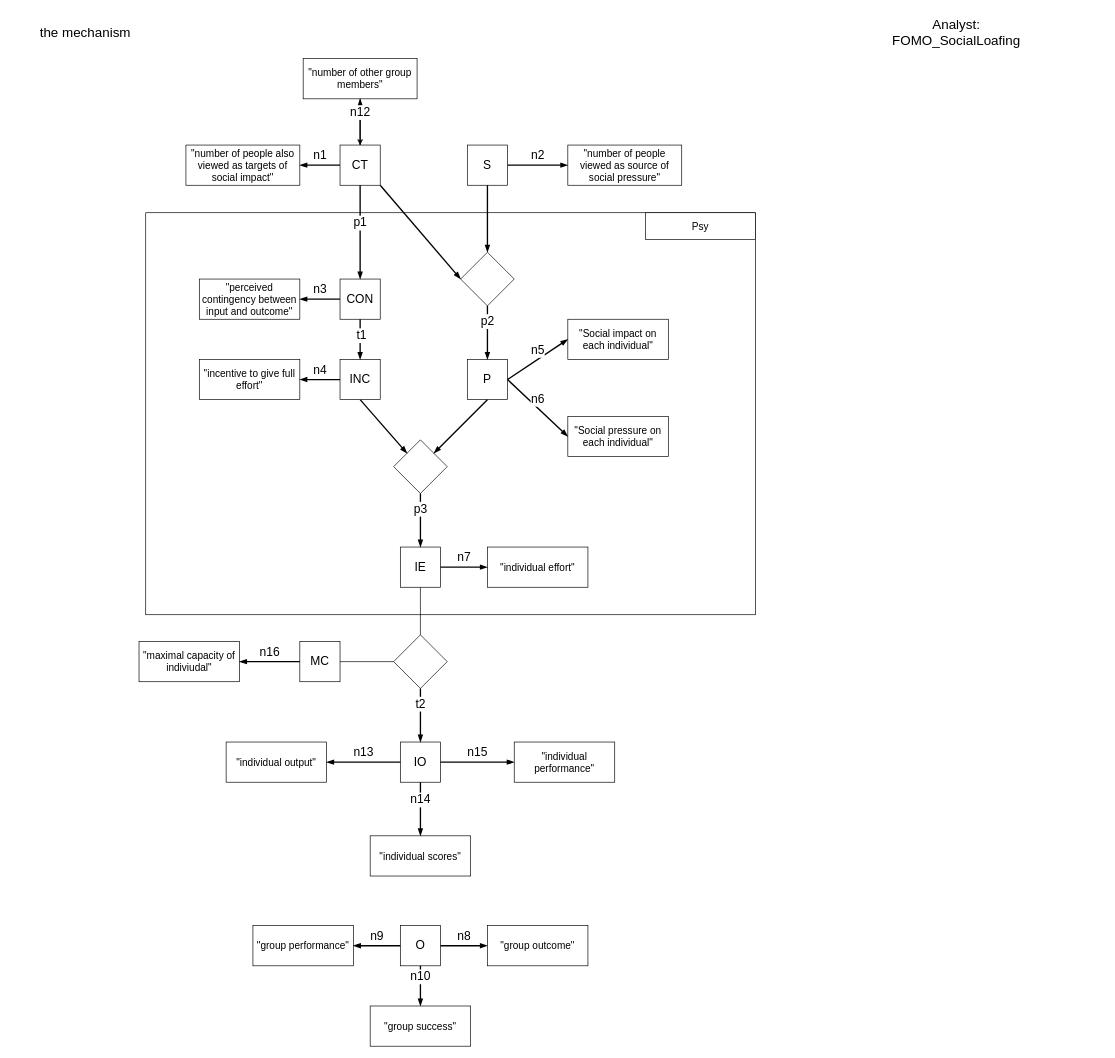
Before: doc/VAST_SocialLoafing_Mechanism.drawio in SamRiess/SocialLoafing_FINAL, a draw.io diagram. Source tidied: cells renumbered, new cells numbered last; positions are measured from the earlier drawing's top-left corner, leaving out a move shared by most shapes. Both pictures are drawn from the tidied source at 67%, with x=0, y=0 at pixel (11, 11).
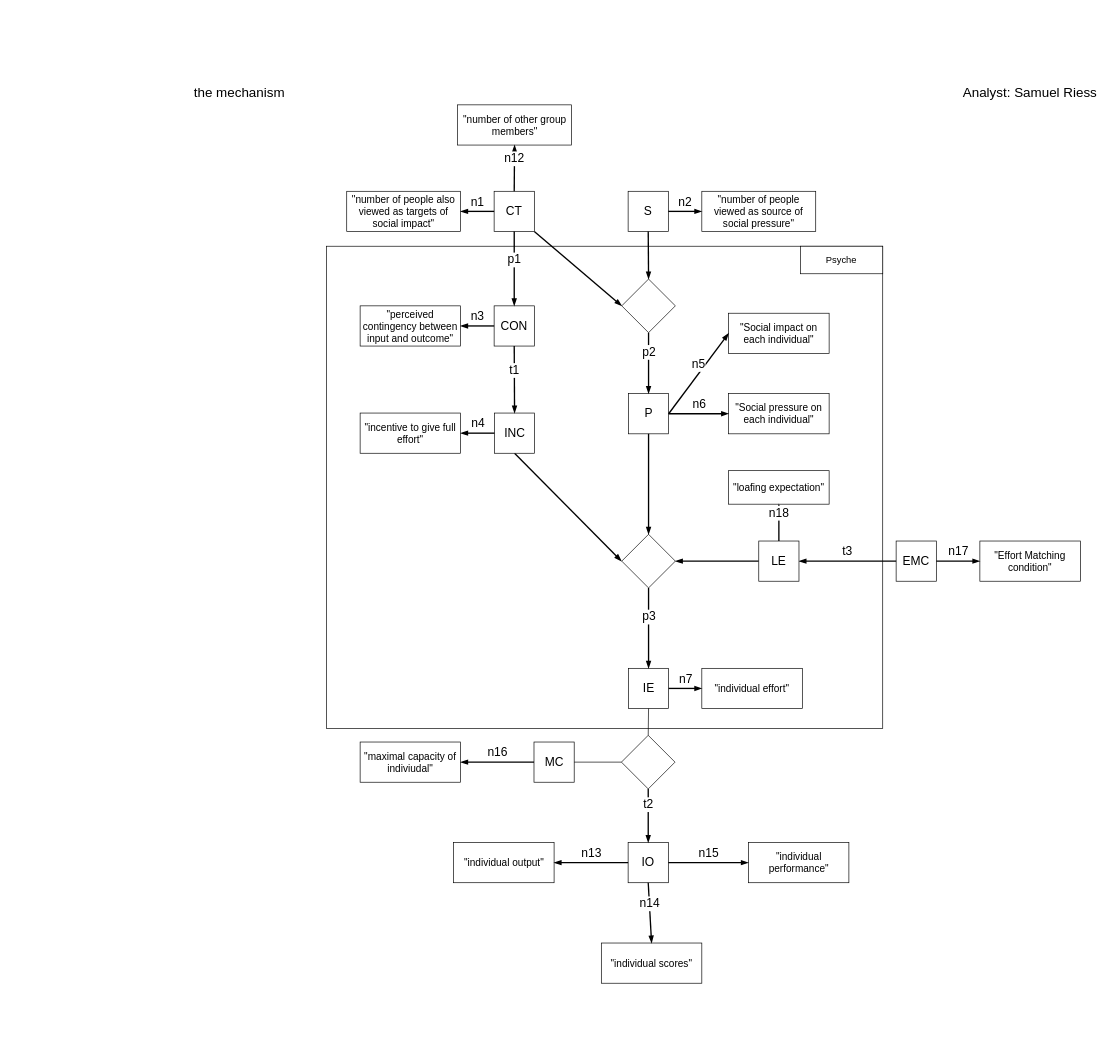
The same diagram, later.

Commit message (it also covers changes not shown here):
VAST optimized

the VAST is not ready to go - check on it later, but for now it should be finalized

What changed in the source:
```diff
@@
+    <mxCell id="38" value="Analyst: Samuel Riess" style="text;html=1;whiteSpace=wrap;strokeColor=none;fillColor=none;align=center;verticalAlign=middle;rounded=0;fontSize=20;" parent="1" vertex="1">
+      <mxGeometry x="1410" y="90" width="220" height="60" as="geometry" />
+    </mxCell>
     <mxCell id="2" value="&lt;font style=&quot;font-size: 18px;&quot;&gt;S&lt;/font&gt;" style="whiteSpace=wrap;html=1;fontColor=default;fillColor=default;strokeColor=default;" parent="1" vertex="1">
-      <mxGeometry x="680" y="199" width="60" height="60" as="geometry" />
+      <mxGeometry x="920" y="268" width="60" height="60" as="geometry" />
     </mxCell>
     <mxCell id="3" value="&lt;font style=&quot;font-size: 18px;&quot;&gt;CT&lt;/font&gt;" style="whiteSpace=wrap;html=1;fontColor=default;fillColor=default;strokeColor=default;" parent="1" vertex="1">
-      <mxGeometry x="490" y="199" width="60" height="60" as="geometry" />
+      <mxGeometry x="720" y="268" width="60" height="60" as="geometry" />
     </mxCell>
     <mxCell id="4" value="&quot;number of people also viewed as targets of social impact&quot;" style="rounded=0;whiteSpace=wrap;html=1;fillColor=default;fontColor=default;strokeColor=default;fontSize=15;" parent="1" vertex="1">
-      <mxGeometry x="260" y="199" width="170" height="60" as="geometry" />
+      <mxGeometry x="500" y="268" width="170" height="60" as="geometry" />
     </mxCell>
     <mxCell id="5" value="&quot;number of people viewed as source of social pressure&quot;" style="rounded=0;whiteSpace=wrap;html=1;fillColor=default;fontColor=default;strokeColor=default;fontSize=15;" parent="1" vertex="1">
-      <mxGeometry x="830" y="199" width="170" height="60" as="geometry" />
+      <mxGeometry x="1030" y="268" width="170" height="60" as="geometry" />
     </mxCell>
     <mxCell id="6" value="&lt;font style=&quot;font-size: 18px;&quot;&gt;P&lt;/font&gt;" style="whiteSpace=wrap;html=1;fontColor=default;fillColor=default;strokeColor=default;" parent="1" vertex="1">
-      <mxGeometry x="680" y="519" width="60" height="60" as="geometry" />
+      <mxGeometry x="920.5" y="570" width="60" height="60" as="geometry" />
     </mxCell>
     <mxCell id="7" value="&lt;font style=&quot;font-size: 18px;&quot;&gt;CON&lt;/font&gt;" style="whiteSpace=wrap;html=1;fontColor=default;fillColor=default;strokeColor=default;" parent="1" vertex="1">
-      <mxGeometry x="490" y="399" width="60" height="60" as="geometry" />
+      <mxGeometry x="720" y="439" width="60" height="60" as="geometry" />
     </mxCell>
     <mxCell id="8" value="&lt;font style=&quot;font-size: 18px;&quot;&gt;IE&lt;/font&gt;" style="whiteSpace=wrap;html=1;fontColor=default;fillColor=default;strokeColor=default;" parent="1" vertex="1">
-      <mxGeometry x="580" y="799" width="60" height="60" as="geometry" />
+      <mxGeometry x="920.5" y="980" width="60" height="60" as="geometry" />
     </mxCell>
-    <mxCell id="9" value="&lt;font style=&quot;font-size: 18px;&quot;&gt;O&lt;/font&gt;" style="whiteSpace=wrap;html=1;fontColor=default;fillColor=default;strokeColor=default;" parent="1" vertex="1">
-      <mxGeometry x="580" y="1364" width="60" height="60" as="geometry" />
-    </mxCell>
-    <mxCell id="10" style="endArrow=blockThin;html=1;rounded=0;labelPosition=center;verticalLabelPosition=top;align=center;verticalAlign=bottom;spacingBottom=3;strokeWidth=2;endFill=1;exitX=0.5;exitY=1;exitDx=0;exitDy=0;entryX=0.5;entryY=0;entryDx=0;entryDy=0;" parent="1" edge="1" source="2" target="25">
-      <mxGeometry relative="1" as="geometry" />
-    </mxCell>
+    <mxCell id="61" style="endArrow=blockThin;html=1;rounded=0;labelPosition=center;verticalLabelPosition=top;align=center;verticalAlign=bottom;spacingBottom=3;strokeWidth=2;endFill=1;exitX=0.5;exitY=1;exitDx=0;exitDy=0;entryX=0.5;entryY=0;entryDx=0;entryDy=0;" parent="1" edge="1" source="2" target="66">
+      <mxGeometry relative="1" as="geometry" />
+    </mxCell>
@@
     <mxCell id="14" value="&quot;perceived contingency between input and outcome&quot;" style="rounded=0;whiteSpace=wrap;html=1;fillColor=default;fontColor=default;strokeColor=default;fontSize=15;" parent="1" vertex="1">
-      <mxGeometry x="280" y="399" width="150" height="60" as="geometry" />
+      <mxGeometry x="520" y="439" width="150" height="60" as="geometry" />
     </mxCell>
@@
-    <mxCell id="16" value="&lt;font style=&quot;font-size: 18px;&quot;&gt;n8&lt;/font&gt;" style="endArrow=blockThin;html=1;rounded=0;labelPosition=center;verticalLabelPosition=top;align=center;verticalAlign=bottom;strokeWidth=2;endFill=1;exitX=1;exitY=0.5;exitDx=0;exitDy=0;entryX=0;entryY=0.5;entryDx=0;entryDy=0;" parent="1" edge="1" source="9" target="17">
-      <mxGeometry relative="1" as="geometry" />
-    </mxCell>
-    <mxCell id="17" value="&quot;group outcome&quot;" style="rounded=0;whiteSpace=wrap;html=1;fillColor=default;fontColor=default;strokeColor=default;fontSize=15;" parent="1" vertex="1">
-      <mxGeometry x="710" y="1364" width="150" height="60" as="geometry" />
-    </mxCell>
-    <mxCell id="18" style="rhombus;whiteSpace=wrap;html=1;strokeColor=default;fillColor=default;fontColor=default;" parent="1" vertex="1">
-      <mxGeometry x="570" y="639" width="80" height="80" as="geometry" />
-    </mxCell>
-    <mxCell id="19" style="endArrow=blockThin;html=1;rounded=0;strokeWidth=2;endFill=1;entryX=0;entryY=0;entryDx=0;entryDy=0;exitX=0.5;exitY=1;exitDx=0;exitDy=0;" parent="1" edge="1" source="22" target="18">
-      <mxGeometry relative="1" as="geometry" />
-    </mxCell>
-    <mxCell id="20" style="endArrow=blockThin;html=1;rounded=0;strokeWidth=2;endFill=1;exitX=0.5;exitY=1;exitDx=0;exitDy=0;entryX=1;entryY=0;entryDx=0;entryDy=0;" parent="1" edge="1" source="6" target="18">
-      <mxGeometry relative="1" as="geometry" />
-    </mxCell>
+    <mxCell id="62" style="rhombus;whiteSpace=wrap;html=1;strokeColor=default;fillColor=default;fontColor=default;" parent="1" vertex="1">
+      <mxGeometry x="910.5" y="780" width="80" height="80" as="geometry" />
+    </mxCell>
+    <mxCell id="63" style="endArrow=blockThin;html=1;rounded=0;strokeWidth=2;endFill=1;exitX=0.5;exitY=1;exitDx=0;exitDy=0;" parent="1" edge="1" source="22">
+      <mxGeometry relative="1" as="geometry">
+        <mxPoint x="910" y="820" as="targetPoint" />
+      </mxGeometry>
+    </mxCell>
+    <mxCell id="64" style="endArrow=blockThin;html=1;rounded=0;strokeWidth=2;endFill=1;exitX=0.5;exitY=1;exitDx=0;exitDy=0;entryX=0.5;entryY=0;entryDx=0;entryDy=0;" parent="1" edge="1" source="6" target="62">
+      <mxGeometry relative="1" as="geometry" />
+    </mxCell>
-    <mxCell id="21" value="&lt;font style=&quot;font-size: 18px;&quot;&gt;p3&lt;/font&gt;" style="endArrow=blockThin;html=1;rounded=0;labelPosition=center;verticalLabelPosition=top;align=center;verticalAlign=bottom;spacingBottom=3;strokeWidth=2;endFill=1;exitX=0.5;exitY=1;exitDx=0;exitDy=0;entryX=0.5;entryY=0;entryDx=0;entryDy=0;" parent="1" edge="1" source="18" target="8">
+    <mxCell id="21" value="&lt;font style=&quot;font-size: 18px;&quot;&gt;p3&lt;/font&gt;" style="endArrow=blockThin;html=1;rounded=0;labelPosition=center;verticalLabelPosition=top;align=center;verticalAlign=bottom;spacingBottom=3;strokeWidth=2;endFill=1;exitX=0.5;exitY=1;exitDx=0;exitDy=0;entryX=0.5;entryY=0;entryDx=0;entryDy=0;" parent="1" edge="1" source="62" target="8">
       <mxGeometry relative="1" as="geometry" />
     </mxCell>
     <mxCell id="22" value="&lt;font style=&quot;font-size: 18px;&quot;&gt;INC&lt;/font&gt;" style="whiteSpace=wrap;html=1;fontColor=default;fillColor=default;strokeColor=default;" parent="1" vertex="1">
-      <mxGeometry x="490" y="519" width="60" height="60" as="geometry" />
+      <mxGeometry x="720.5" y="599" width="60" height="60" as="geometry" />
     </mxCell>
-    <mxCell id="23" value="&lt;font style=&quot;font-size: 18px;&quot;&gt;t1&lt;/font&gt;" style="endArrow=blockThin;html=1;rounded=0;labelPosition=center;verticalLabelPosition=top;align=center;verticalAlign=bottom;spacingBottom=3;strokeWidth=2;endFill=1;exitX=0.5;exitY=1;exitDx=0;exitDy=0;entryX=0.5;entryY=0;entryDx=0;entryDy=0;" parent="1" edge="1" source="7" target="22">
-      <mxGeometry x="0.36" y="2" relative="1" as="geometry" />
-    </mxCell>
-    <mxCell id="24" style="endArrow=blockThin;html=1;rounded=0;labelPosition=center;verticalLabelPosition=top;align=center;verticalAlign=bottom;spacingBottom=3;strokeWidth=2;endFill=1;exitX=1;exitY=1;exitDx=0;exitDy=0;entryX=0;entryY=0.5;entryDx=0;entryDy=0;" parent="1" edge="1" source="3" target="25">
-      <mxGeometry relative="1" as="geometry" />
-    </mxCell>
-    <mxCell id="25" style="rhombus;whiteSpace=wrap;html=1;strokeColor=default;fillColor=default;fontColor=default;" parent="1" vertex="1">
-      <mxGeometry x="670" y="359" width="80" height="80" as="geometry" />
-    </mxCell>
+    <mxCell id="65" style="endArrow=blockThin;html=1;rounded=0;labelPosition=center;verticalLabelPosition=top;align=center;verticalAlign=bottom;spacingBottom=3;strokeWidth=2;endFill=1;exitX=1;exitY=1;exitDx=0;exitDy=0;entryX=0;entryY=0.5;entryDx=0;entryDy=0;" parent="1" edge="1" source="3" target="66">
+      <mxGeometry relative="1" as="geometry" />
+    </mxCell>
+    <mxCell id="66" style="rhombus;whiteSpace=wrap;html=1;strokeColor=default;fillColor=default;fontColor=default;" parent="1" vertex="1">
+      <mxGeometry x="910.5" y="399" width="80" height="80" as="geometry" />
+    </mxCell>
-    <mxCell id="26" value="&lt;font style=&quot;font-size: 18px;&quot;&gt;p2&lt;/font&gt;" style="endArrow=blockThin;html=1;rounded=0;labelPosition=center;verticalLabelPosition=top;align=center;verticalAlign=bottom;spacingBottom=3;strokeWidth=2;endFill=1;exitX=0.5;exitY=1;exitDx=0;exitDy=0;entryX=0.5;entryY=0;entryDx=0;entryDy=0;" parent="1" edge="1" source="25" target="6">
+    <mxCell id="26" value="&lt;font style=&quot;font-size: 18px;&quot;&gt;p2&lt;/font&gt;" style="endArrow=blockThin;html=1;rounded=0;labelPosition=center;verticalLabelPosition=top;align=center;verticalAlign=bottom;spacingBottom=3;strokeWidth=2;endFill=1;exitX=0.5;exitY=1;exitDx=0;exitDy=0;entryX=0.5;entryY=0;entryDx=0;entryDy=0;" parent="1" edge="1" source="66" target="6">
       <mxGeometry relative="1" as="geometry" />
     </mxCell>
     <mxCell id="27" value="&quot;Social impact on each individual&quot;" style="rounded=0;whiteSpace=wrap;html=1;fillColor=default;fontColor=default;strokeColor=default;fontSize=15;" parent="1" vertex="1">
-      <mxGeometry x="830" y="459" width="150" height="60" as="geometry" />
+      <mxGeometry x="1070" y="450" width="150" height="60" as="geometry" />
     </mxCell>
     <mxCell id="28" value="&quot;incentive to give full effort&quot;" style="rounded=0;whiteSpace=wrap;html=1;fillColor=default;fontColor=default;strokeColor=default;fontSize=15;" parent="1" vertex="1">
-      <mxGeometry x="280" y="519" width="150" height="60" as="geometry" />
+      <mxGeometry x="520" y="599" width="150" height="60" as="geometry" />
     </mxCell>
     <mxCell id="29" value="&quot;Social pressure on each individual&quot;" style="rounded=0;whiteSpace=wrap;html=1;fillColor=default;fontColor=default;strokeColor=default;fontSize=15;" parent="1" vertex="1">
-      <mxGeometry x="830" y="604" width="150" height="60" as="geometry" />
+      <mxGeometry x="1070" y="570" width="150" height="60" as="geometry" />
     </mxCell>
@@
     <mxCell id="33" value="&quot;individual effort&quot;" style="rounded=0;whiteSpace=wrap;html=1;fillColor=default;fontColor=default;strokeColor=default;fontSize=15;" parent="1" vertex="1">
-      <mxGeometry x="710" y="799" width="150" height="60" as="geometry" />
+      <mxGeometry x="1030" y="980" width="150" height="60" as="geometry" />
     </mxCell>
@@
-    <mxCell id="35" style="group;" parent="1" vertex="1">
-      <mxGeometry x="190" y="300" width="920" height="600" as="geometry" />
-    </mxCell>
-    <mxCell id="36" style="rounded=0;whiteSpace=wrap;html=1;fillColor=none;" parent="35" vertex="1">
-      <mxGeometry x="10" width="910" height="600" as="geometry" />
-    </mxCell>
-    <mxCell id="37" value="Psy" style="rounded=0;whiteSpace=wrap;html=1;fillColor=default;fontColor=default;strokeColor=default;fontSize=15;" parent="35" vertex="1">
-      <mxGeometry x="755.7" width="164.3" height="40" as="geometry" />
-    </mxCell>
-    <mxCell id="38" value="Analyst: FOMO_SocialLoafing" style="text;html=1;whiteSpace=wrap;strokeColor=none;fillColor=none;align=center;verticalAlign=middle;rounded=0;fontSize=20;" parent="1" vertex="1">
-      <mxGeometry x="1300" width="220" height="60" as="geometry" />
-    </mxCell>
-    <mxCell id="39" value="&quot;group performance&quot;" style="rounded=0;whiteSpace=wrap;html=1;fillColor=default;fontColor=default;strokeColor=default;fontSize=15;" parent="1" vertex="1">
-      <mxGeometry x="360" y="1364" width="150" height="60" as="geometry" />
-    </mxCell>
-    <mxCell id="40" value="&lt;font style=&quot;font-size: 18px;&quot;&gt;n9&lt;/font&gt;" style="endArrow=blockThin;html=1;rounded=0;labelPosition=center;verticalLabelPosition=top;align=center;verticalAlign=bottom;strokeWidth=2;endFill=1;exitX=0;exitY=0.5;exitDx=0;exitDy=0;entryX=1;entryY=0.5;entryDx=0;entryDy=0;" parent="1" edge="1" source="9" target="39">
-      <mxGeometry relative="1" as="geometry" />
-    </mxCell>
-    <mxCell id="41" value="&quot;group success&quot;" style="rounded=0;whiteSpace=wrap;html=1;fillColor=default;fontColor=default;strokeColor=default;fontSize=15;" parent="1" vertex="1">
-      <mxGeometry x="535" y="1484" width="150" height="60" as="geometry" />
-    </mxCell>
-    <mxCell id="42" value="&lt;font style=&quot;font-size: 18px;&quot;&gt;n10&lt;/font&gt;" style="endArrow=blockThin;html=1;rounded=0;labelPosition=center;verticalLabelPosition=top;align=center;verticalAlign=bottom;strokeWidth=2;endFill=1;exitX=0.5;exitY=1;exitDx=0;exitDy=0;entryX=0.5;entryY=0;entryDx=0;entryDy=0;" parent="1" edge="1" source="9" target="41">
-      <mxGeometry relative="1" as="geometry" />
-    </mxCell>
-    <mxCell id="43" style="edgeStyle=orthogonalEdgeStyle;rounded=0;jettySize=auto;html=1;" parent="1" edge="1" source="44" target="3">
-      <mxGeometry relative="1" as="geometry" />
-    </mxCell>
     <mxCell id="44" value="&quot;number of other group members&quot;" style="rounded=0;whiteSpace=wrap;html=1;fillColor=default;fontColor=default;strokeColor=default;fontSize=15;" parent="1" vertex="1">
-      <mxGeometry x="435" y="70" width="170" height="60" as="geometry" />
+      <mxGeometry x="665.5" y="139" width="170" height="60" as="geometry" />
     </mxCell>
@@
     <mxCell id="46" value="&lt;font style=&quot;font-size: 18px;&quot;&gt;IO&lt;/font&gt;" style="whiteSpace=wrap;html=1;fontColor=default;fillColor=default;strokeColor=default;" parent="1" vertex="1">
-      <mxGeometry x="580" y="1090" width="60" height="60" as="geometry" />
+      <mxGeometry x="920" y="1240" width="60" height="60" as="geometry" />
     </mxCell>
     <mxCell id="47" value="&lt;font style=&quot;font-size: 18px;&quot;&gt;MC&lt;/font&gt;" style="whiteSpace=wrap;html=1;fontColor=default;fillColor=default;strokeColor=default;" parent="1" vertex="1">
-      <mxGeometry x="430" y="940" width="60" height="60" as="geometry" />
+      <mxGeometry x="779.5" y="1090" width="60" height="60" as="geometry" />
     </mxCell>
-    <mxCell id="48" style="rhombus;whiteSpace=wrap;html=1;strokeColor=default;fillColor=default;fontColor=default;" parent="1" vertex="1">
-      <mxGeometry x="570" y="930" width="80" height="80" as="geometry" />
-    </mxCell>
-    <mxCell id="49" style="endArrow=none;html=1;rounded=0;entryX=0.5;entryY=1;entryDx=0;entryDy=0;exitX=0.5;exitY=0;exitDx=0;exitDy=0;" parent="1" edge="1" source="48" target="8">
-      <mxGeometry relative="1" as="geometry" />
-    </mxCell>
-    <mxCell id="50" style="endArrow=none;html=1;rounded=0;exitX=1;exitY=0.5;exitDx=0;exitDy=0;entryX=0;entryY=0.5;entryDx=0;entryDy=0;" parent="1" edge="1" source="47" target="48">
-      <mxGeometry relative="1" as="geometry" />
-    </mxCell>
+    <mxCell id="67" style="rhombus;whiteSpace=wrap;html=1;strokeColor=default;fillColor=default;fontColor=default;" parent="1" vertex="1">
+      <mxGeometry x="910" y="1080" width="80" height="80" as="geometry" />
+    </mxCell>
+    <mxCell id="68" style="endArrow=none;html=1;rounded=0;entryX=0.5;entryY=1;entryDx=0;entryDy=0;exitX=0.5;exitY=0;exitDx=0;exitDy=0;" parent="1" edge="1" source="67" target="8">
+      <mxGeometry relative="1" as="geometry" />
+    </mxCell>
+    <mxCell id="69" style="endArrow=none;html=1;rounded=0;exitX=1;exitY=0.5;exitDx=0;exitDy=0;entryX=0;entryY=0.5;entryDx=0;entryDy=0;" parent="1" edge="1" source="47" target="67">
+      <mxGeometry relative="1" as="geometry" />
+    </mxCell>
     <mxCell id="51" value="&quot;maximal capacity of indiviudal&quot;" style="rounded=0;whiteSpace=wrap;html=1;fillColor=default;fontColor=default;strokeColor=default;fontSize=15;" parent="1" vertex="1">
-      <mxGeometry x="190" y="940" width="150" height="60" as="geometry" />
+      <mxGeometry x="520" y="1090" width="150" height="60" as="geometry" />
     </mxCell>
@@
-    <mxCell id="53" value="&lt;font style=&quot;font-size: 18px;&quot;&gt;t2&lt;/font&gt;" style="endArrow=blockThin;html=1;rounded=0;labelPosition=center;verticalLabelPosition=top;align=center;verticalAlign=bottom;spacingBottom=3;strokeWidth=2;endFill=1;exitX=0.5;exitY=1;exitDx=0;exitDy=0;entryX=0.5;entryY=0;entryDx=0;entryDy=0;" parent="1" edge="1" source="48" target="46">
+    <mxCell id="53" value="&lt;font style=&quot;font-size: 18px;&quot;&gt;t2&lt;/font&gt;" style="endArrow=blockThin;html=1;rounded=0;labelPosition=center;verticalLabelPosition=top;align=center;verticalAlign=bottom;spacingBottom=3;strokeWidth=2;endFill=1;exitX=0.5;exitY=1;exitDx=0;exitDy=0;entryX=0.5;entryY=0;entryDx=0;entryDy=0;" parent="1" edge="1" source="67" target="46">
       <mxGeometry relative="1" as="geometry" />
     </mxCell>
     <mxCell id="54" value="&quot;individual performance&quot;" style="rounded=0;whiteSpace=wrap;html=1;fillColor=default;fontColor=default;strokeColor=default;fontSize=15;" parent="1" vertex="1">
-      <mxGeometry x="750" y="1090" width="150" height="60" as="geometry" />
+      <mxGeometry x="1099.5" y="1240" width="150" height="60" as="geometry" />
     </mxCell>
@@
     <mxCell id="56" value="&quot;individual scores&quot;" style="rounded=0;whiteSpace=wrap;html=1;fillColor=default;fontColor=default;strokeColor=default;fontSize=15;" parent="1" vertex="1">
-      <mxGeometry x="535" y="1230" width="150" height="60" as="geometry" />
+      <mxGeometry x="880" y="1390" width="150" height="60" as="geometry" />
     </mxCell>
@@
     <mxCell id="58" value="&quot;individual output&quot;" style="rounded=0;whiteSpace=wrap;html=1;fillColor=default;fontColor=default;strokeColor=default;fontSize=15;" parent="1" vertex="1">
-      <mxGeometry x="320" y="1090" width="150" height="60" as="geometry" />
+      <mxGeometry x="659.5" y="1240" width="150" height="60" as="geometry" />
     </mxCell>
@@
     <mxCell id="60" value="the mechanism" style="text;html=1;whiteSpace=wrap;strokeColor=none;fillColor=none;align=center;verticalAlign=middle;rounded=0;fontSize=20;" parent="1" vertex="1">
-      <mxGeometry width="220" height="60" as="geometry" />
+      <mxGeometry x="230" y="90" width="220" height="60" as="geometry" />
     </mxCell>
+    <mxCell id="70" value="&lt;span style=&quot;font-size: 18px;&quot;&gt;EMC&lt;/span&gt;" style="whiteSpace=wrap;html=1;fontColor=default;fillColor=default;strokeColor=default;" parent="1" vertex="1">
+      <mxGeometry x="1320" y="790" width="60" height="60" as="geometry" />
+    </mxCell>
+    <mxCell id="71" value="&quot;Effort Matching condition&quot;" style="rounded=0;whiteSpace=wrap;html=1;fillColor=default;fontColor=default;strokeColor=default;fontSize=15;" parent="1" vertex="1">
+      <mxGeometry x="1445" y="790" width="150" height="60" as="geometry" />
+    </mxCell>
+    <mxCell id="72" style="edgeStyle=orthogonalEdgeStyle;rounded=0;orthogonalLoop=1;jettySize=auto;html=1;exitX=0.5;exitY=1;exitDx=0;exitDy=0;" parent="1" edge="1" source="7" target="7">
+      <mxGeometry relative="1" as="geometry" />
+    </mxCell>
+    <mxCell id="73" style="endArrow=blockThin;html=1;rounded=0;strokeWidth=2;endFill=1;exitX=0;exitY=0.5;exitDx=0;exitDy=0;entryX=1;entryY=0.5;entryDx=0;entryDy=0;" parent="1" edge="1" source="79" target="62">
+      <mxGeometry relative="1" as="geometry" />
+    </mxCell>
+    <mxCell id="23" value="&lt;span style=&quot;font-size: 18px;&quot;&gt;t1&lt;/span&gt;" style="endArrow=blockThin;html=1;rounded=0;labelPosition=center;verticalLabelPosition=top;align=center;verticalAlign=bottom;strokeWidth=2;endFill=1;exitX=0.5;exitY=1;exitDx=0;exitDy=0;entryX=0.5;entryY=0;entryDx=0;entryDy=0;" parent="1" edge="1" source="7" target="22">
+      <mxGeometry relative="1" as="geometry" />
+    </mxCell>
+    <mxCell id="74" value="&lt;font style=&quot;font-size: 18px;&quot;&gt;t3&lt;/font&gt;" style="endArrow=blockThin;html=1;rounded=0;labelPosition=center;verticalLabelPosition=top;align=center;verticalAlign=bottom;strokeWidth=2;endFill=1;exitX=0;exitY=0.5;exitDx=0;exitDy=0;entryX=1;entryY=0.5;entryDx=0;entryDy=0;" parent="1" edge="1" source="70" target="79">
+      <mxGeometry relative="1" as="geometry" />
+    </mxCell>
+    <mxCell id="75" value="&lt;font style=&quot;font-size: 18px;&quot;&gt;n17&lt;/font&gt;" style="endArrow=blockThin;html=1;rounded=0;labelPosition=center;verticalLabelPosition=top;align=center;verticalAlign=bottom;strokeWidth=2;endFill=1;exitX=1;exitY=0.5;exitDx=0;exitDy=0;entryX=0;entryY=0.5;entryDx=0;entryDy=0;" parent="1" edge="1" source="70" target="71">
+      <mxGeometry relative="1" as="geometry" />
+    </mxCell>
+    <mxCell id="76" style="group;" parent="1" vertex="1">
+      <mxGeometry x="470" y="350" width="830" height="720" as="geometry" />
+    </mxCell>
+    <mxCell id="77" style="rounded=0;whiteSpace=wrap;html=1;fillColor=none;" parent="76" vertex="1">
+      <mxGeometry width="830" height="720" as="geometry" />
+    </mxCell>
+    <mxCell id="78" value="Psyche" style="rounded=0;whiteSpace=wrap;html=1;fontSize=14;" parent="76" vertex="1">
+      <mxGeometry x="707.4" width="122.6" height="41.1" as="geometry" />
+    </mxCell>
+    <mxCell id="79" value="&lt;font style=&quot;font-size: 18px;&quot;&gt;LE&lt;/font&gt;" style="whiteSpace=wrap;html=1;fontColor=default;fillColor=default;strokeColor=default;" parent="76" vertex="1">
+      <mxGeometry x="645" y="440" width="60" height="60" as="geometry" />
+    </mxCell>
+    <mxCell id="80" value="&quot;loafing expectation&quot;" style="rounded=0;whiteSpace=wrap;html=1;fillColor=default;fontColor=default;strokeColor=default;fontSize=15;" parent="76" vertex="1">
+      <mxGeometry x="600" y="335" width="150" height="50" as="geometry" />
+    </mxCell>
+    <mxCell id="81" value="&lt;font style=&quot;font-size: 18px;&quot;&gt;n18&lt;/font&gt;" style="endArrow=blockThin;html=1;rounded=0;labelPosition=center;verticalLabelPosition=top;align=center;verticalAlign=bottom;strokeWidth=2;endFill=1;exitX=0.5;exitY=0;exitDx=0;exitDy=0;entryX=0.5;entryY=1;entryDx=0;entryDy=0;" parent="76" edge="1" source="79" target="80">
+      <mxGeometry relative="1" as="geometry" />
+    </mxCell>
```
